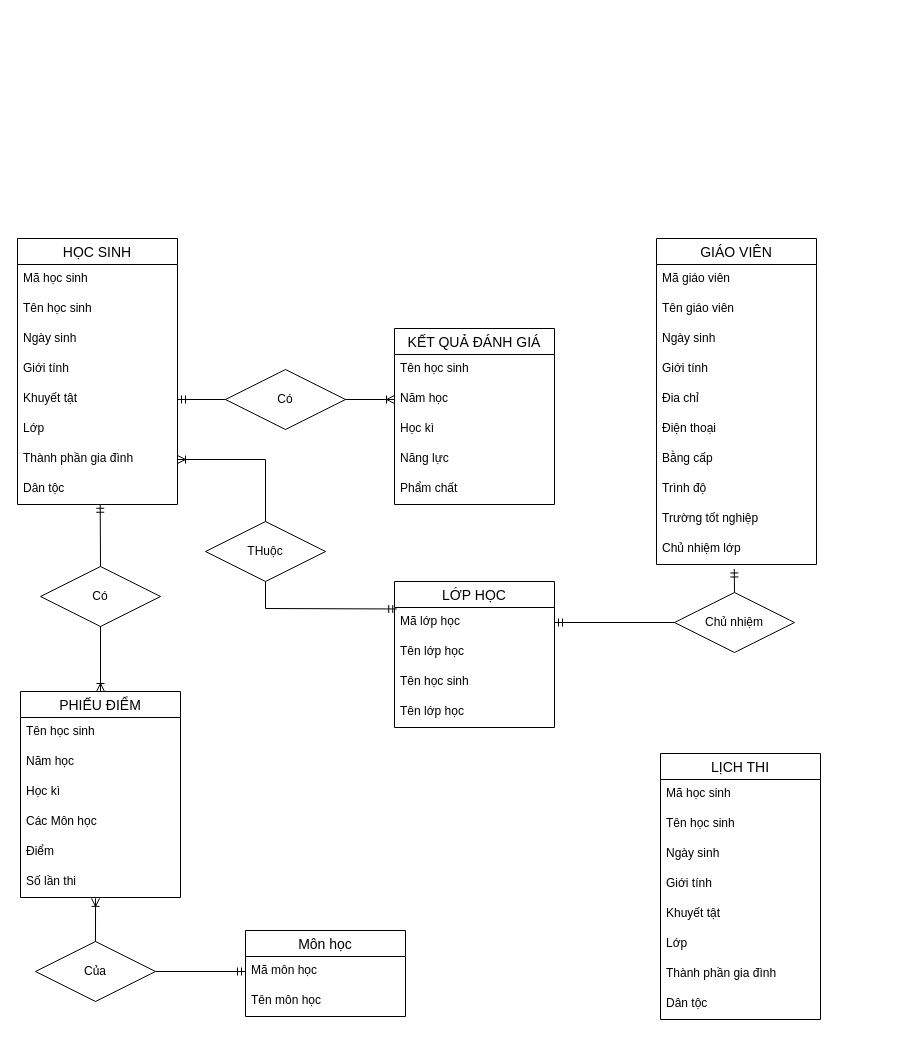
Earlier version of the draw.io diagram 3.1.2.drawio (TLGKien/graph). Source tidied: cells renumbered, new cells numbered last; positions are measured from the earlier drawing's top-left corner, leaving out a move shared by most shapes. Both pictures are drawn from the tidied source at 100%, with x=0, y=0 at pixel (17, 238).
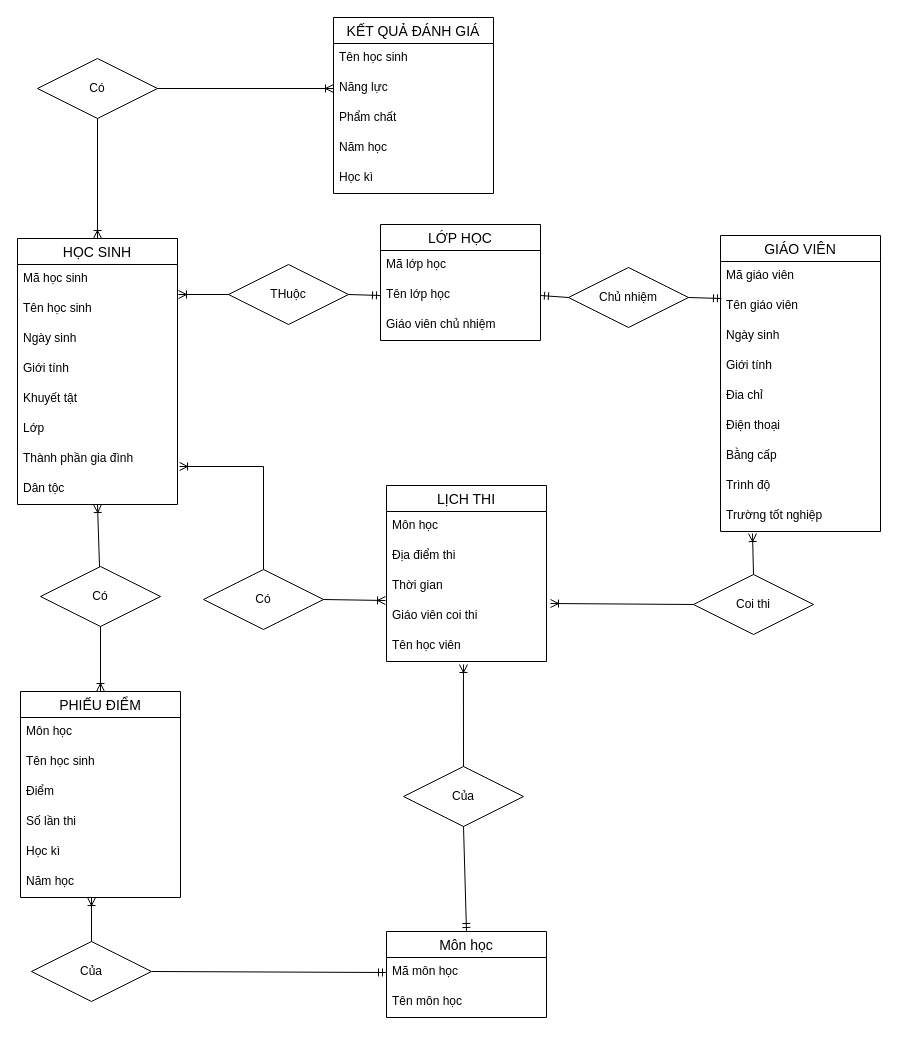
After the change.

The change refers to these unchanged cells:
```xml
<mxCell id="2" value="HỌC SINH" style="swimlane;fontStyle=0;horizontal=1;startSize=26;align=center;fontSize=14;" parent="1" vertex="1">
  <mxGeometry width="160" height="266" as="geometry" />
</mxCell>
<mxCell id="4" value="Tên học sinh" style="text;strokeColor=none;fillColor=none;spacingLeft=4;spacingRight=4;overflow=hidden;points=[[0,0.5],[1,0.5]];portConstraint=eastwest;fontSize=12;" parent="2" vertex="1">
  <mxGeometry y="56" width="160" height="30" as="geometry" />
</mxCell>
<mxCell id="7" value="Khuyết tật" style="text;strokeColor=none;fillColor=none;spacingLeft=4;spacingRight=4;overflow=hidden;points=[[0,0.5],[1,0.5]];portConstraint=eastwest;fontSize=12;" parent="2" vertex="1">
  <mxGeometry y="146" width="160" height="30" as="geometry" />
</mxCell>
<mxCell id="9" value="Thành phần gia đình" style="text;strokeColor=none;fillColor=none;spacingLeft=4;spacingRight=4;overflow=hidden;points=[[0,0.5],[1,0.5]];portConstraint=eastwest;fontSize=12;" parent="2" vertex="1">
  <mxGeometry y="206" width="160" height="30" as="geometry" />
</mxCell>
<mxCell id="10" value="Dân tộc" style="text;strokeColor=none;fillColor=none;spacingLeft=4;spacingRight=4;overflow=hidden;points=[[0,0.5],[1,0.5]];portConstraint=eastwest;fontSize=12;" parent="2" vertex="1">
  <mxGeometry y="236" width="160" height="30" as="geometry" />
</mxCell>
<mxCell id="13" value="Tên giáo viên" style="text;strokeColor=none;fillColor=none;spacingLeft=4;spacingRight=4;overflow=hidden;points=[[0,0.5],[1,0.5]];portConstraint=eastwest;fontSize=12;" parent="11" vertex="1">
  <mxGeometry y="56" width="160" height="30" as="geometry" />
</mxCell>
<mxCell id="20" value="Trường tốt nghiệp" style="text;strokeColor=none;fillColor=none;spacingLeft=4;spacingRight=4;overflow=hidden;points=[[0,0.5],[1,0.5]];portConstraint=eastwest;fontSize=12;" parent="11" vertex="1">
  <mxGeometry y="266" width="160" height="30" as="geometry" />
</mxCell>
<mxCell id="23" value="Mã lớp học" style="text;strokeColor=none;fillColor=none;spacingLeft=4;spacingRight=4;overflow=hidden;points=[[0,0.5],[1,0.5]];portConstraint=eastwest;fontSize=12;fontStyle=0;" parent="22" vertex="1">
  <mxGeometry y="26" width="160" height="30" as="geometry" />
</mxCell>
<mxCell id="36" value="PHIẾU ĐIỂM" style="swimlane;fontStyle=0;horizontal=1;startSize=26;align=center;fontSize=14;" parent="1" vertex="1">
  <mxGeometry x="3" y="453" width="160" height="206" as="geometry" />
</mxCell>
<mxCell id="46" value="Có" style="shape=rhombus;perimeter=rhombusPerimeter;whiteSpace=wrap;html=1;align=center;" parent="1" vertex="1">
  <mxGeometry x="23" y="328" width="120" height="60" as="geometry" />
</mxCell>
```

Change to the diagram source:
```diff
@@
     <mxCell id="11" value="GIÁO VIÊN" style="swimlane;fontStyle=0;horizontal=1;startSize=26;align=center;fontSize=14;" parent="1" vertex="1">
-      <mxGeometry x="639" width="160" height="326" as="geometry" />
+      <mxGeometry x="703" y="-3" width="160" height="296" as="geometry" />
     </mxCell>
@@
-    <mxCell id="21" value="Chủ nhiệm lớp" style="text;strokeColor=none;fillColor=none;spacingLeft=4;spacingRight=4;overflow=hidden;points=[[0,0.5],[1,0.5]];portConstraint=eastwest;fontSize=12;" parent="11" vertex="1">
-      <mxGeometry y="296" width="160" height="30" as="geometry" />
-    </mxCell>
     <mxCell id="22" value="LỚP HỌC" style="swimlane;fontStyle=0;horizontal=1;startSize=26;align=center;fontSize=14;" parent="1" vertex="1">
-      <mxGeometry x="377" y="343" width="160" height="146" as="geometry" />
+      <mxGeometry x="363" y="-14" width="160" height="116" as="geometry" />
     </mxCell>
@@
-    <mxCell id="24" value="Tên lớp học" style="text;strokeColor=none;fillColor=none;spacingLeft=4;spacingRight=4;overflow=hidden;fontSize=12;" parent="22" vertex="1">
-      <mxGeometry y="56" width="160" height="30" as="geometry" />
-    </mxCell>
-    <mxCell id="25" value="Tên học sinh" style="text;strokeColor=none;fillColor=none;spacingLeft=4;spacingRight=4;overflow=hidden;fontSize=12;" parent="22" vertex="1">
-      <mxGeometry y="86" width="160" height="30" as="geometry" />
+    <mxCell id="25" value="Tên lớp học" style="text;strokeColor=none;fillColor=none;spacingLeft=4;spacingRight=4;overflow=hidden;fontSize=12;" parent="22" vertex="1">
+      <mxGeometry y="56" width="160" height="30" as="geometry" />
     </mxCell>
-    <mxCell id="26" value="Tên lớp học" style="text;strokeColor=none;fillColor=none;spacingLeft=4;spacingRight=4;overflow=hidden;fontSize=12;" parent="22" vertex="1">
-      <mxGeometry y="116" width="160" height="30" as="geometry" />
-    </mxCell>
+    <mxCell id="67" value="Giáo viên chủ nhiệm&#10;" style="text;strokeColor=none;fillColor=none;spacingLeft=4;spacingRight=4;overflow=hidden;fontSize=12;" parent="22" vertex="1">
+      <mxGeometry y="86" width="160" height="30" as="geometry" />
+    </mxCell>
     <mxCell id="27" value="Môn học" style="swimlane;fontStyle=0;horizontal=1;startSize=26;align=center;fontSize=14;" parent="1" vertex="1">
-      <mxGeometry x="228" y="692" width="160" height="86" as="geometry" />
+      <mxGeometry x="369" y="693" width="160" height="86" as="geometry" />
     </mxCell>
@@
     <mxCell id="30" value="KẾT QUẢ ĐÁNH GIÁ" style="swimlane;fontStyle=0;horizontal=1;startSize=26;align=center;fontSize=14;" parent="1" vertex="1">
-      <mxGeometry x="377" y="90" width="160" height="176" as="geometry" />
+      <mxGeometry x="316" y="-221" width="160" height="176" as="geometry" />
     </mxCell>
@@
+    <mxCell id="34" value="Năng lực" style="text;strokeColor=none;fillColor=none;spacingLeft=4;spacingRight=4;overflow=hidden;points=[[0,0.5],[1,0.5]];portConstraint=eastwest;fontSize=12;" parent="30" vertex="1">
+      <mxGeometry y="56" width="160" height="30" as="geometry" />
+    </mxCell>
+    <mxCell id="35" value="Phẩm chất" style="text;strokeColor=none;fillColor=none;spacingLeft=4;spacingRight=4;overflow=hidden;fontSize=12;" parent="30" vertex="1">
+      <mxGeometry y="86" width="160" height="30" as="geometry" />
+    </mxCell>
     <mxCell id="32" value="Năm học" style="text;strokeColor=none;fillColor=none;spacingLeft=4;spacingRight=4;overflow=hidden;points=[[0,0.5],[1,0.5]];portConstraint=eastwest;fontSize=12;" parent="30" vertex="1">
-      <mxGeometry y="56" width="160" height="30" as="geometry" />
+      <mxGeometry y="116" width="160" height="30" as="geometry" />
     </mxCell>
     <mxCell id="33" value="Học kì" style="text;strokeColor=none;fillColor=none;spacingLeft=4;spacingRight=4;overflow=hidden;fontSize=12;" parent="30" vertex="1">
-      <mxGeometry y="86" width="160" height="30" as="geometry" />
+      <mxGeometry y="146" width="160" height="30" as="geometry" />
     </mxCell>
-    <mxCell id="34" value="Năng lực" style="text;strokeColor=none;fillColor=none;spacingLeft=4;spacingRight=4;overflow=hidden;points=[[0,0.5],[1,0.5]];portConstraint=eastwest;fontSize=12;" parent="30" vertex="1">
-      <mxGeometry y="116" width="160" height="30" as="geometry" />
-    </mxCell>
-    <mxCell id="35" value="Phẩm chất" style="text;strokeColor=none;fillColor=none;spacingLeft=4;spacingRight=4;overflow=hidden;fontSize=12;" parent="30" vertex="1">
-      <mxGeometry y="146" width="160" height="30" as="geometry" />
-    </mxCell>
@@
+    <mxCell id="40" value="Môn học" style="text;strokeColor=none;fillColor=none;spacingLeft=4;spacingRight=4;overflow=hidden;fontSize=12;" parent="36" vertex="1">
+      <mxGeometry y="26" width="160" height="30" as="geometry" />
+    </mxCell>
     <mxCell id="37" value="Tên học sinh" style="text;strokeColor=none;fillColor=none;spacingLeft=4;spacingRight=4;overflow=hidden;fontSize=12;" parent="36" vertex="1">
-      <mxGeometry y="26" width="160" height="30" as="geometry" />
+      <mxGeometry y="56" width="160" height="30" as="geometry" />
     </mxCell>
-    <mxCell id="38" value="Năm học" style="text;strokeColor=none;fillColor=none;spacingLeft=4;spacingRight=4;overflow=hidden;points=[[0,0.5],[1,0.5]];portConstraint=eastwest;fontSize=12;" parent="36" vertex="1">
-      <mxGeometry y="56" width="160" height="30" as="geometry" />
-    </mxCell>
-    <mxCell id="39" value="Học kì" style="text;strokeColor=none;fillColor=none;spacingLeft=4;spacingRight=4;overflow=hidden;fontSize=12;" parent="36" vertex="1">
-      <mxGeometry y="86" width="160" height="30" as="geometry" />
-    </mxCell>
-    <mxCell id="40" value="Các Môn học" style="text;strokeColor=none;fillColor=none;spacingLeft=4;spacingRight=4;overflow=hidden;fontSize=12;" parent="36" vertex="1">
-      <mxGeometry y="116" width="160" height="30" as="geometry" />
-    </mxCell>
     <mxCell id="41" value="Điểm" style="text;strokeColor=none;fillColor=none;spacingLeft=4;spacingRight=4;overflow=hidden;fontSize=12;" parent="36" vertex="1">
-      <mxGeometry y="146" width="160" height="30" as="geometry" />
+      <mxGeometry y="86" width="160" height="30" as="geometry" />
     </mxCell>
     <mxCell id="42" value="Số lần thi" style="text;strokeColor=none;fillColor=none;spacingLeft=4;spacingRight=4;overflow=hidden;points=[[0,0.5],[1,0.5]];portConstraint=eastwest;fontSize=12;" parent="36" vertex="1">
-      <mxGeometry y="176" width="160" height="30" as="geometry" />
+      <mxGeometry y="116" width="160" height="30" as="geometry" />
     </mxCell>
+    <mxCell id="39" value="Học kì" style="text;strokeColor=none;fillColor=none;spacingLeft=4;spacingRight=4;overflow=hidden;fontSize=12;" parent="36" vertex="1">
+      <mxGeometry y="146" width="160" height="30" as="geometry" />
+    </mxCell>
+    <mxCell id="38" value="Năm học" style="text;strokeColor=none;fillColor=none;spacingLeft=4;spacingRight=4;overflow=hidden;points=[[0,0.5],[1,0.5]];portConstraint=eastwest;fontSize=12;" parent="36" vertex="1">
+      <mxGeometry y="176" width="160" height="30" as="geometry" />
+    </mxCell>
     <mxCell id="43" value="Có" style="shape=rhombus;perimeter=rhombusPerimeter;whiteSpace=wrap;html=1;align=center;" parent="1" vertex="1">
-      <mxGeometry x="208" y="131" width="120" height="60" as="geometry" />
+      <mxGeometry x="20" y="-180" width="120" height="60" as="geometry" />
     </mxCell>
-    <mxCell id="44" style="fontSize=12;html=1;endArrow=ERmandOne;entryX=1;entryY=0.5;entryDx=0;entryDy=0;exitX=0;exitY=0.5;exitDx=0;exitDy=0;rounded=0;" parent="1" edge="1" source="43" target="7">
-      <mxGeometry relative="1" as="geometry" />
-    </mxCell>
-    <mxCell id="45" style="fontSize=12;html=1;endArrow=ERoneToMany;entryX=0;entryY=0.5;entryDx=0;entryDy=0;exitX=1;exitY=0.5;exitDx=0;exitDy=0;" parent="1" edge="1" source="43" target="32">
+    <mxCell id="45" style="fontSize=12;html=1;endArrow=ERoneToMany;entryX=0;entryY=0.5;entryDx=0;entryDy=0;exitX=1;exitY=0.5;exitDx=0;exitDy=0;" parent="1" edge="1" source="43" target="34">
       <mxGeometry relative="1" as="geometry" />
     </mxCell>
@@
-    <mxCell id="47" style="fontSize=12;html=1;endArrow=ERmandOne;entryX=0.517;entryY=0.992;entryDx=0;entryDy=0;exitX=0.5;exitY=0;exitDx=0;exitDy=0;rounded=0;entryPerimeter=0;" parent="1" edge="1" source="46" target="10">
-      <mxGeometry relative="1" as="geometry" />
-    </mxCell>
@@
     <mxCell id="49" value="Chủ nhiệm" style="shape=rhombus;perimeter=rhombusPerimeter;whiteSpace=wrap;html=1;align=center;" parent="1" vertex="1">
-      <mxGeometry x="657" y="354" width="120" height="60" as="geometry" />
+      <mxGeometry x="551" y="29" width="120" height="60" as="geometry" />
     </mxCell>
     <mxCell id="50" value="THuộc" style="shape=rhombus;perimeter=rhombusPerimeter;whiteSpace=wrap;html=1;align=center;" parent="1" vertex="1">
-      <mxGeometry x="188" y="283" width="120" height="60" as="geometry" />
+      <mxGeometry x="211" y="26" width="120" height="60" as="geometry" />
     </mxCell>
-    <mxCell id="51" style="fontSize=12;html=1;endArrow=ERmandOne;entryX=0.486;entryY=1.149;entryDx=0;entryDy=0;exitX=0.5;exitY=0;exitDx=0;exitDy=0;rounded=0;entryPerimeter=0;" parent="1" edge="1" source="49" target="21">
+    <mxCell id="51" style="fontSize=12;html=1;endArrow=ERmandOne;exitX=1;exitY=0.5;exitDx=0;exitDy=0;rounded=0;entryX=0.006;entryY=0.233;entryDx=0;entryDy=0;entryPerimeter=0;" parent="1" edge="1" source="49" target="13">
       <mxGeometry relative="1" as="geometry" />
     </mxCell>
-    <mxCell id="52" style="fontSize=12;html=1;endArrow=ERmandOne;entryX=1;entryY=0.5;entryDx=0;entryDy=0;exitX=0;exitY=0.5;exitDx=0;exitDy=0;rounded=0;" parent="1" edge="1" source="49" target="23">
-      <mxGeometry relative="1" as="geometry" />
+    <mxCell id="52" style="fontSize=12;html=1;endArrow=ERmandOne;entryX=1;entryY=0.5;entryDx=0;entryDy=0;exitX=0;exitY=0.5;exitDx=0;exitDy=0;rounded=0;" parent="1" edge="1" source="49">
+      <mxGeometry relative="1" as="geometry">
+        <mxPoint x="523" y="57" as="targetPoint" />
+      </mxGeometry>
     </mxCell>
-    <mxCell id="53" style="fontSize=12;html=1;endArrow=ERmandOne;entryX=0.014;entryY=0.049;entryDx=0;entryDy=0;exitX=0.5;exitY=1;exitDx=0;exitDy=0;rounded=0;entryPerimeter=0;" parent="1" edge="1" source="50" target="23">
+    <mxCell id="53" style="fontSize=12;html=1;endArrow=ERmandOne;entryX=0;entryY=0.5;entryDx=0;entryDy=0;exitX=1;exitY=0.5;exitDx=0;exitDy=0;rounded=0;" parent="1" edge="1" source="50">
       <mxGeometry relative="1" as="geometry">
-        <Array as="points">
-          <mxPoint x="248" y="370" />
-        </Array>
+        <mxPoint x="363" y="57" as="targetPoint" />
       </mxGeometry>
     </mxCell>
-    <mxCell id="54" style="fontSize=12;html=1;endArrow=ERoneToMany;entryX=1;entryY=0.5;entryDx=0;entryDy=0;exitX=0.5;exitY=0;exitDx=0;exitDy=0;rounded=0;" parent="1" edge="1" source="50" target="9">
-      <mxGeometry relative="1" as="geometry">
-        <Array as="points">
-          <mxPoint x="248" y="221" />
-        </Array>
-      </mxGeometry>
+    <mxCell id="54" style="fontSize=12;html=1;endArrow=ERoneToMany;entryX=1.006;entryY=0;entryDx=0;entryDy=0;exitX=0;exitY=0.5;exitDx=0;exitDy=0;rounded=0;entryPerimeter=0;" parent="1" edge="1" source="50" target="4">
+      <mxGeometry relative="1" as="geometry" />
     </mxCell>
     <mxCell id="55" value="Của" style="shape=rhombus;perimeter=rhombusPerimeter;whiteSpace=wrap;html=1;align=center;" parent="1" vertex="1">
-      <mxGeometry x="18" y="703" width="120" height="60" as="geometry" />
+      <mxGeometry x="14" y="703" width="120" height="60" as="geometry" />
     </mxCell>
-    <mxCell id="56" style="fontSize=12;html=1;endArrow=ERoneToMany;entryX=0.469;entryY=1.029;entryDx=0;entryDy=0;exitX=0.5;exitY=0;exitDx=0;exitDy=0;entryPerimeter=0;" parent="1" edge="1" source="55" target="42">
+    <mxCell id="56" style="fontSize=12;html=1;endArrow=ERoneToMany;entryX=0.444;entryY=1;entryDx=0;entryDy=0;exitX=0.5;exitY=0;exitDx=0;exitDy=0;entryPerimeter=0;" parent="1" edge="1" source="55" target="38">
       <mxGeometry relative="1" as="geometry" />
     </mxCell>
@@
     <mxCell id="58" value="LỊCH THI" style="swimlane;fontStyle=0;horizontal=1;startSize=26;align=center;fontSize=14;" parent="1" vertex="1">
-      <mxGeometry x="643" y="515" width="160" height="266" as="geometry" />
+      <mxGeometry x="369" y="247" width="160" height="176" as="geometry" />
     </mxCell>
-    <mxCell id="59" value="Mã học sinh" style="text;strokeColor=none;fillColor=none;spacingLeft=4;spacingRight=4;overflow=hidden;fontSize=12;fontStyle=0;" parent="58" vertex="1">
-      <mxGeometry y="26" width="160" height="30" as="geometry" />
-    </mxCell>
-    <mxCell id="60" value="Tên học sinh" style="text;strokeColor=none;fillColor=none;spacingLeft=4;spacingRight=4;overflow=hidden;fontSize=12;" parent="58" vertex="1">
-      <mxGeometry y="56" width="160" height="30" as="geometry" />
+    <mxCell id="60" value="Môn học" style="text;strokeColor=none;fillColor=none;spacingLeft=4;spacingRight=4;overflow=hidden;fontSize=12;" parent="58" vertex="1">
+      <mxGeometry y="26" width="160" height="30" as="geometry" />
     </mxCell>
-    <mxCell id="61" value="Ngày sinh" style="text;strokeColor=none;fillColor=none;spacingLeft=4;spacingRight=4;overflow=hidden;fontSize=12;" parent="58" vertex="1">
-      <mxGeometry y="86" width="160" height="30" as="geometry" />
+    <mxCell id="61" value="Địa điểm thi" style="text;strokeColor=none;fillColor=none;spacingLeft=4;spacingRight=4;overflow=hidden;fontSize=12;" parent="58" vertex="1">
+      <mxGeometry y="56" width="160" height="30" as="geometry" />
     </mxCell>
-    <mxCell id="62" value="Giới tính" style="text;strokeColor=none;fillColor=none;spacingLeft=4;spacingRight=4;overflow=hidden;points=[[0,0.5],[1,0.5]];portConstraint=eastwest;fontSize=12;" parent="58" vertex="1">
-      <mxGeometry y="116" width="160" height="30" as="geometry" />
+    <mxCell id="62" value="Thời gian" style="text;strokeColor=none;fillColor=none;spacingLeft=4;spacingRight=4;overflow=hidden;points=[[0,0.5],[1,0.5]];portConstraint=eastwest;fontSize=12;" parent="58" vertex="1">
+      <mxGeometry y="86" width="160" height="30" as="geometry" />
     </mxCell>
-    <mxCell id="63" value="Khuyết tật" style="text;strokeColor=none;fillColor=none;spacingLeft=4;spacingRight=4;overflow=hidden;points=[[0,0.5],[1,0.5]];portConstraint=eastwest;fontSize=12;" parent="58" vertex="1">
-      <mxGeometry y="146" width="160" height="30" as="geometry" />
+    <mxCell id="63" value="Giáo viên coi thi&#10;" style="text;strokeColor=none;fillColor=none;spacingLeft=4;spacingRight=4;overflow=hidden;points=[[0,0.5],[1,0.5]];portConstraint=eastwest;fontSize=12;" parent="58" vertex="1">
+      <mxGeometry y="116" width="160" height="30" as="geometry" />
     </mxCell>
-    <mxCell id="64" value="Lớp" style="text;strokeColor=none;fillColor=none;spacingLeft=4;spacingRight=4;overflow=hidden;fontSize=12;" parent="58" vertex="1">
-      <mxGeometry y="176" width="160" height="30" as="geometry" />
-    </mxCell>
-    <mxCell id="65" value="Thành phần gia đình" style="text;strokeColor=none;fillColor=none;spacingLeft=4;spacingRight=4;overflow=hidden;fontSize=12;" parent="58" vertex="1">
-      <mxGeometry y="206" width="160" height="30" as="geometry" />
-    </mxCell>
-    <mxCell id="66" value="Dân tộc" style="text;strokeColor=none;fillColor=none;spacingLeft=4;spacingRight=4;overflow=hidden;fontSize=12;" parent="58" vertex="1">
-      <mxGeometry y="236" width="160" height="30" as="geometry" />
-    </mxCell>
+    <mxCell id="68" value="Tên học viên" style="text;strokeColor=none;fillColor=none;spacingLeft=4;spacingRight=4;overflow=hidden;points=[[0,0.5],[1,0.5]];portConstraint=eastwest;fontSize=12;" parent="58" vertex="1">
+      <mxGeometry y="146" width="160" height="30" as="geometry" />
+    </mxCell>
+    <mxCell id="69" style="fontSize=12;html=1;endArrow=ERoneToMany;rounded=0;exitX=0.5;exitY=0;exitDx=0;exitDy=0;entryX=0.2;entryY=1.067;entryDx=0;entryDy=0;entryPerimeter=0;" parent="1" edge="1" source="70" target="20">
+      <mxGeometry relative="1" as="geometry" />
+    </mxCell>
+    <mxCell id="70" value="Coi thi" style="shape=rhombus;perimeter=rhombusPerimeter;whiteSpace=wrap;html=1;align=center;" parent="1" vertex="1">
+      <mxGeometry x="676" y="336" width="120" height="60" as="geometry" />
+    </mxCell>
+    <mxCell id="71" style="fontSize=12;html=1;endArrow=ERoneToMany;rounded=0;exitX=0;exitY=0.5;exitDx=0;exitDy=0;entryX=1.025;entryY=0.067;entryDx=0;entryDy=0;entryPerimeter=0;" parent="1" edge="1" source="70" target="63">
+      <mxGeometry relative="1" as="geometry" />
+    </mxCell>
+    <mxCell id="72" value="Có" style="shape=rhombus;perimeter=rhombusPerimeter;whiteSpace=wrap;html=1;align=center;" parent="1" vertex="1">
+      <mxGeometry x="186" y="331" width="120" height="60" as="geometry" />
+    </mxCell>
+    <mxCell id="73" style="fontSize=12;html=1;endArrow=ERoneToMany;entryX=1.013;entryY=0.733;entryDx=0;entryDy=0;exitX=0.5;exitY=0;exitDx=0;exitDy=0;rounded=0;entryPerimeter=0;" parent="1" edge="1" source="72" target="9">
+      <mxGeometry relative="1" as="geometry">
+        <Array as="points">
+          <mxPoint x="246" y="228" />
+        </Array>
+      </mxGeometry>
+    </mxCell>
+    <mxCell id="74" style="fontSize=12;html=1;endArrow=ERoneToMany;entryX=-0.006;entryY=0.967;entryDx=0;entryDy=0;exitX=1;exitY=0.5;exitDx=0;exitDy=0;rounded=0;entryPerimeter=0;" parent="1" edge="1" source="72" target="62">
+      <mxGeometry relative="1" as="geometry" />
+    </mxCell>
+    <mxCell id="75" style="fontSize=12;html=1;endArrow=ERoneToMany;entryX=0.5;entryY=1;entryDx=0;entryDy=0;rounded=0;" parent="1" edge="1" source="46" target="2">
+      <mxGeometry relative="1" as="geometry" />
+    </mxCell>
+    <mxCell id="76" style="fontSize=12;html=1;endArrow=ERoneToMany;entryX=0.5;entryY=0;entryDx=0;entryDy=0;rounded=0;exitX=0.5;exitY=1;exitDx=0;exitDy=0;" parent="1" edge="1" source="43" target="2">
+      <mxGeometry relative="1" as="geometry" />
+    </mxCell>
+    <mxCell id="77" value="Của" style="shape=rhombus;perimeter=rhombusPerimeter;whiteSpace=wrap;html=1;align=center;" parent="1" vertex="1">
+      <mxGeometry x="386" y="528" width="120" height="60" as="geometry" />
+    </mxCell>
+    <mxCell id="78" style="fontSize=12;html=1;endArrow=ERoneToMany;entryX=0.481;entryY=1.1;entryDx=0;entryDy=0;exitX=0.5;exitY=0;exitDx=0;exitDy=0;entryPerimeter=0;" parent="1" edge="1" source="77" target="68">
+      <mxGeometry relative="1" as="geometry" />
+    </mxCell>
+    <mxCell id="79" style="fontSize=12;html=1;endArrow=ERmandOne;entryX=0.5;entryY=0;entryDx=0;entryDy=0;exitX=0.5;exitY=1;exitDx=0;exitDy=0;rounded=0;" parent="1" edge="1" source="77" target="27">
+      <mxGeometry relative="1" as="geometry" />
+    </mxCell>
```
